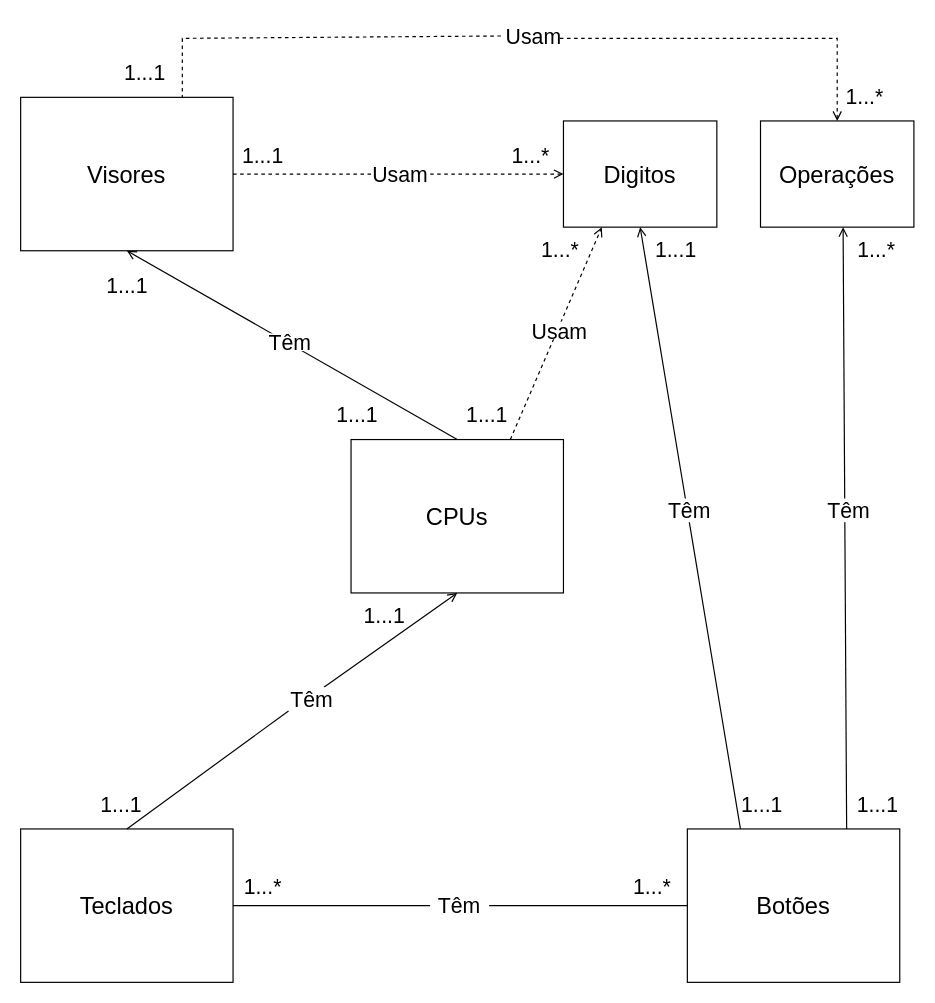
Before: Model/Calculator.drawio in RenanGAS/Calculator, a draw.io diagram. Source tidied: cells renumbered, new cells numbered last; positions are measured from the earlier drawing's top-left corner, leaving out a move shared by most shapes. Both pictures are drawn from the tidied source at 118%, with x=0, y=0 at pixel (20, 26).
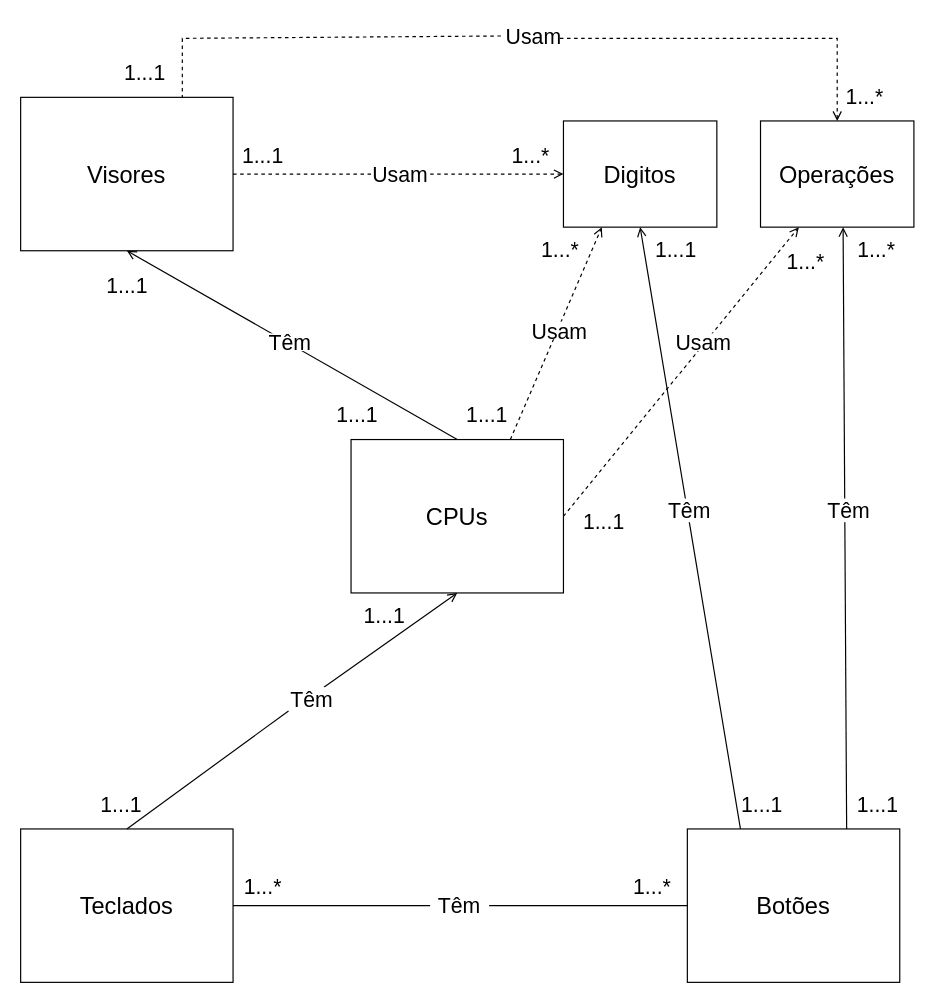
The same page after the edit.

The change refers to these unchanged cells:
```xml
<mxCell id="5" value="&lt;font style=&quot;font-size: 20px&quot;&gt;CPUs&lt;/font&gt;" style="rounded=0;whiteSpace=wrap;html=1;" parent="1" vertex="1">
  <mxGeometry x="280" y="350" width="180" height="130" as="geometry" />
</mxCell>
<mxCell id="11" value="&lt;font style=&quot;font-size: 20px&quot;&gt;Operações&lt;/font&gt;" style="rounded=0;whiteSpace=wrap;html=1;" parent="1" vertex="1">
  <mxGeometry x="627" y="80" width="130" height="90" as="geometry" />
</mxCell>
```

Diff of the diagram source:
```diff
@@
+    <mxCell id="43" style="endArrow=open;html=1;rounded=0;fontSize=20;endFill=0;exitX=1;exitY=0.5;exitDx=0;exitDy=0;entryX=0.25;entryY=1;entryDx=0;entryDy=0;dashed=1;" parent="1" edge="1" source="5" target="11">
+      <mxGeometry relative="1" as="geometry" />
+    </mxCell>
+    <mxCell id="44" value="&lt;font style=&quot;font-size: 18px&quot;&gt;Usam&lt;/font&gt;" style="text;html=1;strokeColor=none;fillColor=default;align=center;verticalAlign=middle;whiteSpace=wrap;rounded=0;fontSize=20;" parent="1" vertex="1">
+      <mxGeometry x="554" y="260" width="50" height="15" as="geometry" />
+    </mxCell>
+    <mxCell id="45" value="&lt;font style=&quot;font-size: 18px&quot;&gt;1...*&lt;/font&gt;" style="text;html=1;strokeColor=none;fillColor=none;align=center;verticalAlign=middle;whiteSpace=wrap;rounded=0;fontSize=18;" parent="1" vertex="1">
+      <mxGeometry x="647" y="190" width="37" height="20" as="geometry" />
+    </mxCell>
+    <mxCell id="46" value="&lt;font style=&quot;font-size: 18px&quot;&gt;1...1&lt;/font&gt;" style="text;html=1;strokeColor=none;fillColor=none;align=center;verticalAlign=middle;whiteSpace=wrap;rounded=0;fontSize=18;" parent="1" vertex="1">
+      <mxGeometry x="475.5" y="410" width="37" height="20" as="geometry" />
+    </mxCell>
```
